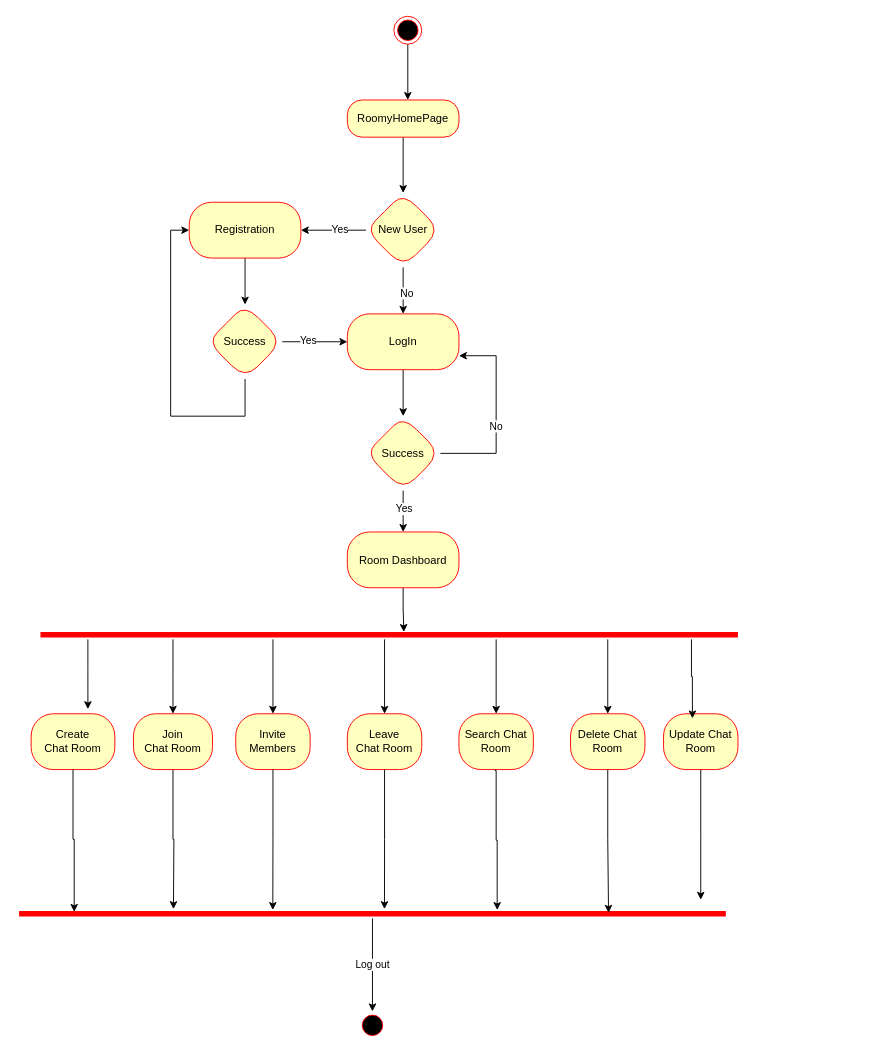
This is Activity diagram.drawio from Mharis64/Software-Design-and-Architecture, a draw.io file, before an edit. Source tidied: cells renumbered, new cells numbered last; positions are measured from the earlier drawing's top-left corner, leaving out a move shared by most shapes. Both pictures are drawn from the tidied source at 93%, with x=0, y=0 at pixel (19, 16).
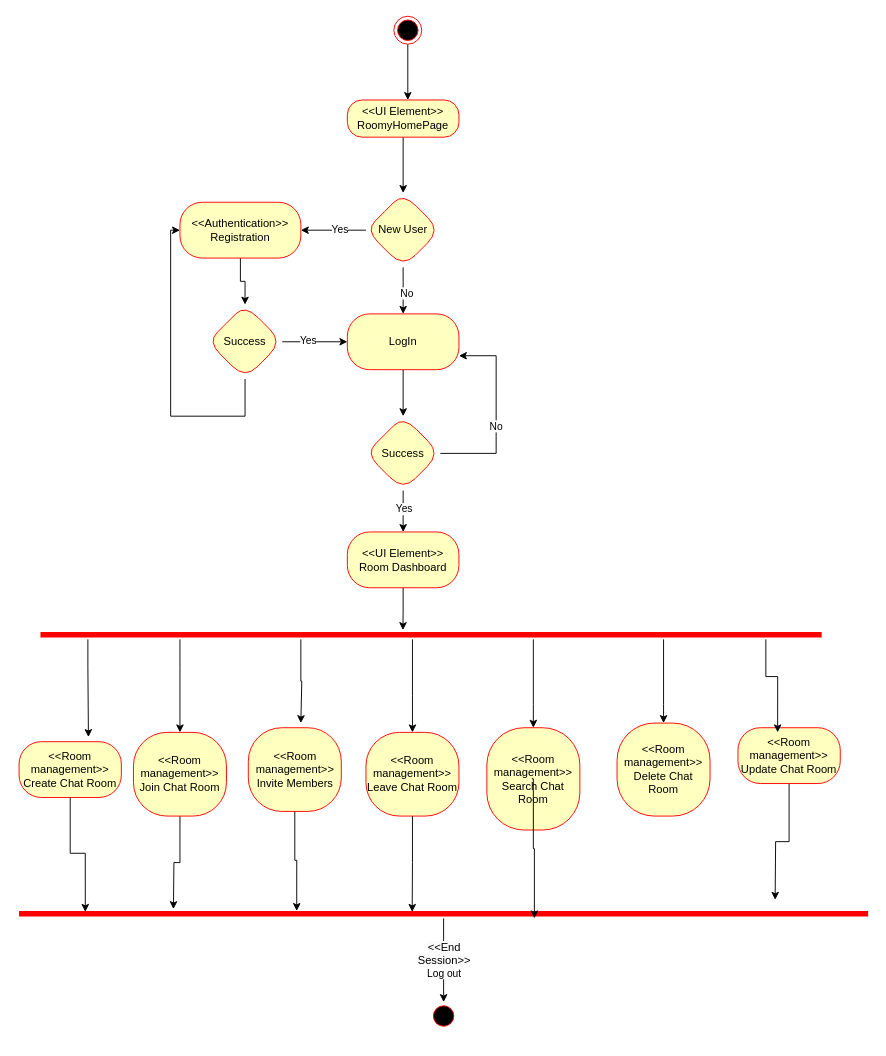
Above is the later version.

The edit, as a diff of the source:
```diff
@@
-    <mxCell id="3" value="RoomyHomePage" style="rounded=1;whiteSpace=wrap;html=1;arcSize=40;fontColor=#000000;fillColor=#ffffc0;strokeColor=#ff0000;" parent="1" vertex="1">
+    <mxCell id="3" value="&amp;lt;&amp;lt;UI Element&amp;gt;&amp;gt;&lt;div&gt;RoomyHomePage&lt;/div&gt;" style="rounded=1;whiteSpace=wrap;html=1;arcSize=40;fontColor=#000000;fillColor=#ffffc0;strokeColor=#ff0000;" parent="1" vertex="1">
       <mxGeometry x="353" y="90" width="120" height="40" as="geometry" />
     </mxCell>
@@
-    <mxCell id="10" value="Registration" style="whiteSpace=wrap;html=1;fillColor=#ffffc0;strokeColor=#ff0000;fontColor=#000000;rounded=1;arcSize=40;" parent="1" vertex="1">
-      <mxGeometry x="183" y="200" width="120" height="60" as="geometry" />
+    <mxCell id="10" value="&amp;lt;&amp;lt;Authentication&lt;span style=&quot;background-color: initial;&quot;&gt;&amp;gt;&amp;gt;&lt;/span&gt;&lt;div&gt;&lt;span style=&quot;background-color: initial;&quot;&gt;Registration&lt;/span&gt;&lt;/div&gt;" style="whiteSpace=wrap;html=1;fillColor=#ffffc0;strokeColor=#ff0000;fontColor=#000000;rounded=1;arcSize=40;" parent="1" vertex="1">
+      <mxGeometry x="173" y="200" width="130" height="60" as="geometry" />
     </mxCell>
@@
-    <mxCell id="22" style="edgeStyle=orthogonalEdgeStyle;rounded=0;jettySize=auto;html=1;entryX=0.521;entryY=0.2;entryDx=0;entryDy=0;entryPerimeter=0;" parent="1" edge="1" source="23" target="29">
+    <mxCell id="22" style="edgeStyle=orthogonalEdgeStyle;rounded=0;jettySize=auto;html=1;entryX=0.464;entryY=0;entryDx=0;entryDy=0;entryPerimeter=0;" parent="1" edge="1" source="23" target="29">
       <mxGeometry relative="1" as="geometry" />
     </mxCell>
-    <mxCell id="23" value="Room Dashboard" style="whiteSpace=wrap;html=1;fillColor=#ffffc0;strokeColor=#ff0000;fontColor=#000000;rounded=1;arcSize=40;" parent="1" vertex="1">
+    <mxCell id="23" value="&amp;lt;&amp;lt;UI Element&amp;gt;&amp;gt;&lt;div&gt;Room Dashboard&lt;/div&gt;" style="whiteSpace=wrap;html=1;fillColor=#ffffc0;strokeColor=#ff0000;fontColor=#000000;rounded=1;arcSize=40;" parent="1" vertex="1">
       <mxGeometry x="353" y="554.5" width="120" height="60" as="geometry" />
     </mxCell>
     <mxCell id="24" style="edgeStyle=orthogonalEdgeStyle;rounded=0;jettySize=auto;html=1;entryX=0.5;entryY=0;entryDx=0;entryDy=0;" parent="1" edge="1" source="29" target="33">
       <mxGeometry relative="1" as="geometry">
         <Array as="points">
-          <mxPoint x="633" y="690" />
-          <mxPoint x="633" y="690" />
+          <mxPoint x="693" y="740" />
+          <mxPoint x="693" y="740" />
         </Array>
       </mxGeometry>
     </mxCell>
     <mxCell id="25" style="edgeStyle=orthogonalEdgeStyle;rounded=0;jettySize=auto;html=1;entryX=0.5;entryY=0;entryDx=0;entryDy=0;" parent="1" edge="1" source="29" target="32">
       <mxGeometry relative="1" as="geometry">
         <Array as="points">
-          <mxPoint x="166" y="710" />
+          <mxPoint x="173" y="700" />
+          <mxPoint x="173" y="700" />
         </Array>
       </mxGeometry>
     </mxCell>
     <mxCell id="26" style="edgeStyle=orthogonalEdgeStyle;rounded=0;jettySize=auto;html=1;entryX=0.5;entryY=0;entryDx=0;entryDy=0;" parent="1" edge="1" source="29" target="34">
       <mxGeometry relative="1" as="geometry">
         <Array as="points">
-          <mxPoint x="513" y="690" />
-          <mxPoint x="513" y="690" />
+          <mxPoint x="553" y="740" />
+          <mxPoint x="553" y="740" />
         </Array>
       </mxGeometry>
     </mxCell>
-    <mxCell id="27" style="edgeStyle=orthogonalEdgeStyle;rounded=0;jettySize=auto;html=1;entryX=0.5;entryY=0;entryDx=0;entryDy=0;" parent="1" edge="1" source="29" target="36">
-      <mxGeometry relative="1" as="geometry">
-        <Array as="points">
-          <mxPoint x="273" y="700" />
-          <mxPoint x="273" y="700" />
-        </Array>
-      </mxGeometry>
-    </mxCell>
     <mxCell id="28" style="edgeStyle=orthogonalEdgeStyle;rounded=0;jettySize=auto;html=1;entryX=0.5;entryY=0;entryDx=0;entryDy=0;" parent="1" edge="1" source="29" target="35">
       <mxGeometry relative="1" as="geometry">
         <Array as="points">
-          <mxPoint x="393" y="690" />
-          <mxPoint x="393" y="690" />
+          <mxPoint x="423" y="730" />
+          <mxPoint x="423" y="730" />
         </Array>
       </mxGeometry>
     </mxCell>
+    <mxCell id="51" style="edgeStyle=orthogonalEdgeStyle;rounded=0;jettySize=auto;html=1;" parent="1" edge="1" source="29">
+      <mxGeometry relative="1" as="geometry">
+        <mxPoint x="303" y="760" as="targetPoint" />
+        <Array as="points">
+          <mxPoint x="303" y="715" />
+          <mxPoint x="304" y="715" />
+        </Array>
+      </mxGeometry>
+    </mxCell>
     <mxCell id="29" style="shape=line;html=1;strokeWidth=6;strokeColor=#ff0000;" parent="1" vertex="1">
-      <mxGeometry x="23" y="660" width="750" height="10" as="geometry" />
+      <mxGeometry x="23" y="660" width="840" height="10" as="geometry" />
     </mxCell>
-    <mxCell id="30" value="Create Chat&amp;nbsp;Room" style="whiteSpace=wrap;html=1;fillColor=#ffffc0;strokeColor=#ff0000;fontColor=#000000;rounded=1;arcSize=40;" parent="1" vertex="1">
-      <mxGeometry x="13" y="750" width="90" height="60" as="geometry" />
+    <mxCell id="30" value="&amp;lt;&amp;lt;Room management&amp;gt;&amp;gt;&lt;div&gt;Create Chat&amp;nbsp;Room&lt;/div&gt;" style="whiteSpace=wrap;html=1;fillColor=#ffffc0;strokeColor=#ff0000;fontColor=#000000;rounded=1;arcSize=40;" parent="1" vertex="1">
+      <mxGeometry y="780" width="110" height="60" as="geometry" />
     </mxCell>
@@
-    <mxCell id="32" value="Join Chat&amp;nbsp;Room" style="whiteSpace=wrap;html=1;fillColor=#ffffc0;strokeColor=#ff0000;fontColor=#000000;rounded=1;arcSize=40;" parent="1" vertex="1">
-      <mxGeometry x="123" y="750" width="85" height="60" as="geometry" />
+    <mxCell id="32" value="&amp;lt;&amp;lt;Room management&amp;gt;&amp;gt;&lt;div&gt;Join Chat&amp;nbsp;Room&lt;/div&gt;" style="whiteSpace=wrap;html=1;fillColor=#ffffc0;strokeColor=#ff0000;fontColor=#000000;rounded=1;arcSize=40;" parent="1" vertex="1">
+      <mxGeometry x="123" y="770" width="100" height="90" as="geometry" />
     </mxCell>
-    <mxCell id="33" value="Delete Chat Room" style="whiteSpace=wrap;html=1;fillColor=#ffffc0;strokeColor=#ff0000;fontColor=#000000;rounded=1;arcSize=40;" parent="1" vertex="1">
-      <mxGeometry x="593" y="750" width="80" height="60" as="geometry" />
+    <mxCell id="33" value="&amp;lt;&amp;lt;Room management&amp;gt;&amp;gt;&lt;div&gt;Delete Chat Room&lt;/div&gt;" style="whiteSpace=wrap;html=1;fillColor=#ffffc0;strokeColor=#ff0000;fontColor=#000000;rounded=1;arcSize=40;" parent="1" vertex="1">
+      <mxGeometry x="643" y="760" width="100" height="100" as="geometry" />
     </mxCell>
-    <mxCell id="34" value="Search Chat Room" style="whiteSpace=wrap;html=1;fillColor=#ffffc0;strokeColor=#ff0000;fontColor=#000000;rounded=1;arcSize=40;" parent="1" vertex="1">
-      <mxGeometry x="473" y="750" width="80" height="60" as="geometry" />
+    <mxCell id="34" value="&amp;lt;&amp;lt;Room management&amp;gt;&amp;gt;&lt;div&gt;Search Chat Room&lt;/div&gt;" style="whiteSpace=wrap;html=1;fillColor=#ffffc0;strokeColor=#ff0000;fontColor=#000000;rounded=1;arcSize=40;" parent="1" vertex="1">
+      <mxGeometry x="503" y="765" width="100" height="110" as="geometry" />
     </mxCell>
-    <mxCell id="35" value="Leave Chat&amp;nbsp;Room" style="whiteSpace=wrap;html=1;fillColor=#ffffc0;strokeColor=#ff0000;fontColor=#000000;rounded=1;arcSize=40;" parent="1" vertex="1">
-      <mxGeometry x="353" y="750" width="80" height="60" as="geometry" />
+    <mxCell id="35" value="&amp;lt;&amp;lt;Room management&amp;gt;&amp;gt;&lt;div&gt;Leave Chat&amp;nbsp;Room&lt;/div&gt;" style="whiteSpace=wrap;html=1;fillColor=#ffffc0;strokeColor=#ff0000;fontColor=#000000;rounded=1;arcSize=40;" parent="1" vertex="1">
+      <mxGeometry x="373" y="770" width="100" height="90" as="geometry" />
     </mxCell>
-    <mxCell id="36" value="Invite Members" style="whiteSpace=wrap;html=1;fillColor=#ffffc0;strokeColor=#ff0000;fontColor=#000000;rounded=1;arcSize=40;" parent="1" vertex="1">
-      <mxGeometry x="233" y="750" width="80" height="60" as="geometry" />
+    <mxCell id="36" value="&amp;lt;&amp;lt;Room management&amp;gt;&amp;gt;&lt;div&gt;Invite Members&lt;/div&gt;" style="whiteSpace=wrap;html=1;fillColor=#ffffc0;strokeColor=#ff0000;fontColor=#000000;rounded=1;arcSize=40;" parent="1" vertex="1">
+      <mxGeometry x="246.5" y="765" width="100" height="90" as="geometry" />
     </mxCell>
@@
-    <mxCell id="38" value="Log out" style="edgeStyle=orthogonalEdgeStyle;rounded=0;jettySize=auto;html=1;" parent="1" edge="1" source="39">
-      <mxGeometry relative="1" as="geometry">
-        <mxPoint x="380" y="1070" as="targetPoint" />
-      </mxGeometry>
+    <mxCell id="38" value="&lt;span style=&quot;font-size: 12px; text-wrap-mode: wrap; background-color: rgb(251, 251, 251);&quot;&gt;&amp;lt;&amp;lt;End Session&amp;gt;&amp;gt;&lt;/span&gt;&lt;div&gt;Log out&lt;/div&gt;" style="edgeStyle=orthogonalEdgeStyle;rounded=0;jettySize=auto;html=1;entryX=0.5;entryY=0;entryDx=0;entryDy=0;" parent="1" edge="1" source="39" target="45">
+      <mxGeometry relative="1" as="geometry" />
     </mxCell>
     <mxCell id="39" style="shape=line;html=1;strokeWidth=6;strokeColor=#ff0000;" parent="1" vertex="1">
-      <mxGeometry y="960" width="760" height="10" as="geometry" />
+      <mxGeometry y="960" width="913" height="10" as="geometry" />
     </mxCell>
@@
-    <mxCell id="41" style="edgeStyle=orthogonalEdgeStyle;rounded=0;jettySize=auto;html=1;entryX=0.359;entryY=0.1;entryDx=0;entryDy=0;entryPerimeter=0;" parent="1" edge="1" source="36" target="39">
+    <mxCell id="41" style="edgeStyle=orthogonalEdgeStyle;rounded=0;jettySize=auto;html=1;entryX=0.327;entryY=0.2;entryDx=0;entryDy=0;entryPerimeter=0;" parent="1" edge="1" source="36" target="39">
       <mxGeometry relative="1" as="geometry" />
     </mxCell>
-    <mxCell id="42" style="edgeStyle=orthogonalEdgeStyle;rounded=0;jettySize=auto;html=1;entryX=0.517;entryY=0;entryDx=0;entryDy=0;entryPerimeter=0;" parent="1" edge="1" source="35" target="39">
+    <mxCell id="42" style="edgeStyle=orthogonalEdgeStyle;rounded=0;jettySize=auto;html=1;entryX=0.463;entryY=0.3;entryDx=0;entryDy=0;entryPerimeter=0;" parent="1" edge="1" source="35" target="39">
       <mxGeometry relative="1" as="geometry" />
     </mxCell>
     <mxCell id="43" style="edgeStyle=orthogonalEdgeStyle;rounded=0;orthogonalLoop=1;jettySize=auto;html=1;entryX=0.678;entryY=0.1;entryDx=0;entryDy=0;entryPerimeter=0;" parent="1" edge="1">
       <mxGeometry relative="1" as="geometry">
-        <mxPoint x="511.9" y="810" as="sourcePoint" />
-        <mxPoint x="514.1" y="961" as="targetPoint" />
+        <mxPoint x="551.9" y="819" as="sourcePoint" />
+        <mxPoint x="554.1" y="970" as="targetPoint" />
         <Array as="points">
-          <mxPoint x="512" y="811" />
-          <mxPoint x="513" y="811" />
-          <mxPoint x="513" y="886" />
-          <mxPoint x="514" y="886" />
+          <mxPoint x="552" y="820" />
+          <mxPoint x="553" y="820" />
+          <mxPoint x="553" y="895" />
+          <mxPoint x="554" y="895" />
         </Array>
       </mxGeometry>
     </mxCell>
-    <mxCell id="44" style="edgeStyle=orthogonalEdgeStyle;rounded=0;jettySize=auto;html=1;entryX=0.834;entryY=0.4;entryDx=0;entryDy=0;entryPerimeter=0;" parent="1" edge="1" source="33" target="39">
-      <mxGeometry relative="1" as="geometry" />
-    </mxCell>
     <mxCell id="45" style="ellipse;html=1;shape=startState;fillColor=#000000;strokeColor=#ff0000;" parent="1" vertex="1">
-      <mxGeometry x="365" y="1070" width="30" height="30" as="geometry" />
+      <mxGeometry x="441.5" y="1060" width="30" height="30" as="geometry" />
     </mxCell>
@@
-    <mxCell id="48" style="edgeStyle=orthogonalEdgeStyle;rounded=0;jettySize=auto;html=1;" parent="1" edge="1" source="49">
-      <mxGeometry relative="1" as="geometry">
-        <mxPoint x="733" y="950" as="targetPoint" />
-      </mxGeometry>
-    </mxCell>
+    <mxCell id="52" style="edgeStyle=orthogonalEdgeStyle;rounded=0;jettySize=auto;html=1;" parent="1" edge="1" source="49">
+      <mxGeometry relative="1" as="geometry">
+        <mxPoint x="813" y="950" as="targetPoint" />
+      </mxGeometry>
+    </mxCell>
-    <mxCell id="49" value="Update Chat Room" style="whiteSpace=wrap;html=1;fillColor=#ffffc0;strokeColor=#ff0000;fontColor=#000000;rounded=1;arcSize=40;" parent="1" vertex="1">
-      <mxGeometry x="693" y="750" width="80" height="60" as="geometry" />
+    <mxCell id="49" value="&amp;lt;&amp;lt;Room management&amp;gt;&amp;gt;&lt;div&gt;Update Chat Room&lt;/div&gt;" style="whiteSpace=wrap;html=1;fillColor=#ffffc0;strokeColor=#ff0000;fontColor=#000000;rounded=1;arcSize=40;" parent="1" vertex="1">
+      <mxGeometry x="773" y="765" width="110" height="60" as="geometry" />
     </mxCell>
     <mxCell id="50" style="edgeStyle=orthogonalEdgeStyle;rounded=0;jettySize=auto;html=1;entryX=0.388;entryY=0.083;entryDx=0;entryDy=0;entryPerimeter=0;" parent="1" edge="1" source="29" target="49">
       <mxGeometry relative="1" as="geometry">
         <Array as="points">
-          <mxPoint x="723" y="710" />
-          <mxPoint x="724" y="710" />
+          <mxPoint x="803" y="710" />
         </Array>
       </mxGeometry>
     </mxCell>
```
